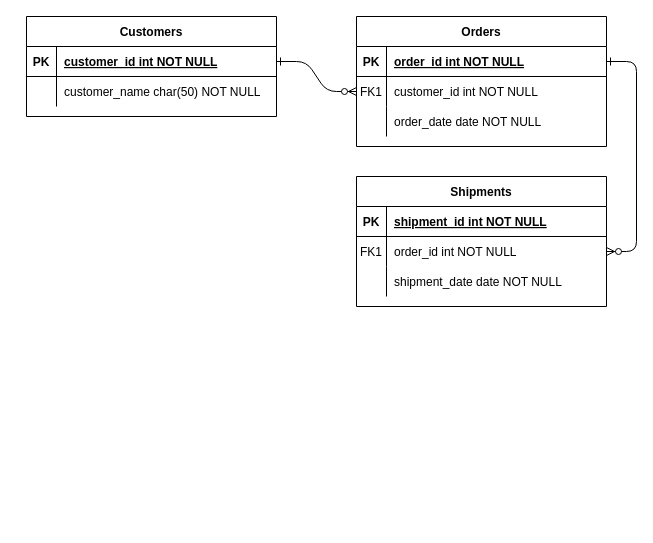
Eneuss/NoteBank keeps this draw.io diagram as NoteBank.drawio. Above is the earlier version. Source tidied: cells renumbered, new cells numbered last; positions are measured from the earlier drawing's top-left corner, leaving out a move shared by most shapes. Both pictures are drawn from the tidied source at 100%, with x=0, y=0 at pixel (26, 16).
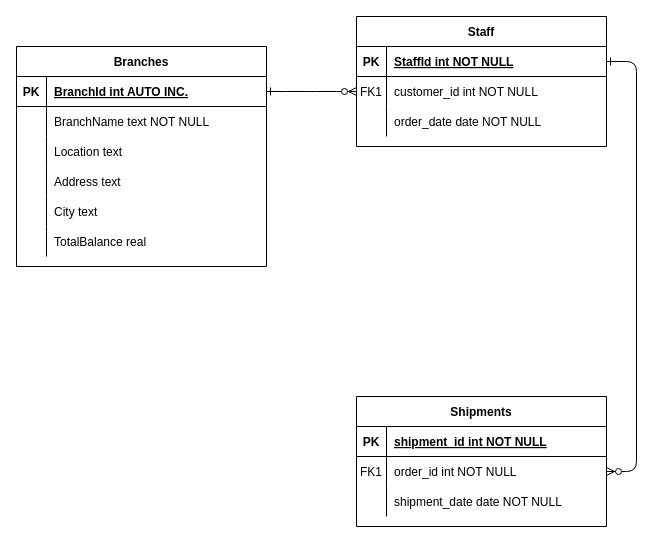
The same page after the edit.

The change refers to these unchanged cells:
```xml
<mxCell id="5" style="shape=partialRectangle;fillColor=none;points=[[0,0.5],[1,0.5]];portConstraint=eastwest;top=0;left=0;right=0;bottom=1;" parent="4" vertex="1">
  <mxGeometry y="30" width="250" height="30" as="geometry" />
</mxCell>
<mxCell id="25" style="shape=partialRectangle;fillColor=none;points=[[0,0.5],[1,0.5]];portConstraint=eastwest;top=0;left=0;right=0;bottom=1;" parent="24" vertex="1">
  <mxGeometry y="30" width="250" height="30" as="geometry" />
</mxCell>
<mxCell id="28" style="shape=partialRectangle;fillColor=none;top=0;left=0;right=0;bottom=0;" parent="24" vertex="1">
  <mxGeometry y="60" width="250" height="30" as="geometry" />
</mxCell>
```

The edit, as a diff of the source:
```diff
@@
-    <mxCell id="4" value="Orders" style="shape=table;startSize=30;childLayout=tableLayout;rowLines=0;fontStyle=1;align=center;" parent="1" vertex="1">
+    <mxCell id="4" value="Staff" style="shape=table;startSize=30;childLayout=tableLayout;rowLines=0;fontStyle=1;align=center;" parent="1" vertex="1">
       <mxGeometry x="330" width="250" height="130" as="geometry" />
     </mxCell>
@@
-    <mxCell id="7" value="order_id int NOT NULL " style="shape=partialRectangle;overflow=hidden;fillColor=none;top=0;left=0;bottom=0;right=0;align=left;spacingLeft=6;fontStyle=5;" parent="5" vertex="1">
+    <mxCell id="7" value="StaffId int NOT NULL " style="shape=partialRectangle;overflow=hidden;fillColor=none;top=0;left=0;bottom=0;right=0;align=left;spacingLeft=6;fontStyle=5;" parent="5" vertex="1">
       <mxGeometry x="30" width="220" height="30" as="geometry" />
     </mxCell>
@@
     <mxCell id="14" value="Shipments" style="shape=table;startSize=30;childLayout=tableLayout;rowLines=0;fontStyle=1;align=center;" parent="1" vertex="1">
-      <mxGeometry x="330" y="160" width="250" height="130" as="geometry" />
+      <mxGeometry x="330" y="380" width="250" height="130" as="geometry" />
     </mxCell>
@@
-    <mxCell id="24" value="Customers" style="shape=table;startSize=30;childLayout=tableLayout;rowLines=0;fontStyle=1;align=center;" parent="1" vertex="1">
-      <mxGeometry width="250" height="100" as="geometry" />
+    <mxCell id="24" value="Branches" style="shape=table;startSize=30;childLayout=tableLayout;rowLines=0;fontStyle=1;align=center;" parent="1" vertex="1">
+      <mxGeometry x="-10" y="30" width="250" height="220" as="geometry" />
     </mxCell>
@@
-    <mxCell id="27" value="customer_id int NOT NULL " style="shape=partialRectangle;overflow=hidden;fillColor=none;top=0;left=0;bottom=0;right=0;align=left;spacingLeft=6;fontStyle=5;" parent="25" vertex="1">
+    <mxCell id="27" value="BranchId int AUTO INC. " style="shape=partialRectangle;overflow=hidden;fillColor=none;top=0;left=0;bottom=0;right=0;align=left;spacingLeft=6;fontStyle=5;" parent="25" vertex="1">
       <mxGeometry x="30" width="220" height="30" as="geometry" />
     </mxCell>
@@
-    <mxCell id="30" value="customer_name char(50) NOT NULL" style="shape=partialRectangle;overflow=hidden;fillColor=none;top=0;left=0;bottom=0;right=0;align=left;spacingLeft=6;" parent="28" vertex="1">
+    <mxCell id="30" value="BranchName text NOT NULL" style="shape=partialRectangle;overflow=hidden;fillColor=none;top=0;left=0;bottom=0;right=0;align=left;spacingLeft=6;" parent="28" vertex="1">
       <mxGeometry x="30" width="220" height="30" as="geometry" />
     </mxCell>
+    <mxCell id="31" style="shape=partialRectangle;fillColor=none;top=0;left=0;right=0;bottom=0;" parent="24" vertex="1">
+      <mxGeometry y="90" width="250" height="30" as="geometry" />
+    </mxCell>
+    <mxCell id="32" style="shape=partialRectangle;overflow=hidden;fillColor=none;top=0;left=0;bottom=0;right=0;" parent="31" vertex="1">
+      <mxGeometry width="30" height="30" as="geometry" />
+    </mxCell>
+    <mxCell id="33" value="Location text" style="shape=partialRectangle;overflow=hidden;fillColor=none;top=0;left=0;bottom=0;right=0;align=left;spacingLeft=6;" parent="31" vertex="1">
+      <mxGeometry x="30" width="220" height="30" as="geometry" />
+    </mxCell>
+    <mxCell id="34" style="shape=partialRectangle;fillColor=none;top=0;left=0;right=0;bottom=0;" parent="24" vertex="1">
+      <mxGeometry y="120" width="250" height="30" as="geometry" />
+    </mxCell>
+    <mxCell id="35" style="shape=partialRectangle;overflow=hidden;fillColor=none;top=0;left=0;bottom=0;right=0;" parent="34" vertex="1">
+      <mxGeometry width="30" height="30" as="geometry" />
+    </mxCell>
+    <mxCell id="36" value="Address text" style="shape=partialRectangle;overflow=hidden;fillColor=none;top=0;left=0;bottom=0;right=0;align=left;spacingLeft=6;" parent="34" vertex="1">
+      <mxGeometry x="30" width="220" height="30" as="geometry" />
+    </mxCell>
+    <mxCell id="37" style="shape=partialRectangle;fillColor=none;top=0;left=0;right=0;bottom=0;" parent="24" vertex="1">
+      <mxGeometry y="150" width="250" height="30" as="geometry" />
+    </mxCell>
+    <mxCell id="38" style="shape=partialRectangle;overflow=hidden;fillColor=none;top=0;left=0;bottom=0;right=0;" parent="37" vertex="1">
+      <mxGeometry width="30" height="30" as="geometry" />
+    </mxCell>
+    <mxCell id="39" value="City text" style="shape=partialRectangle;overflow=hidden;fillColor=none;top=0;left=0;bottom=0;right=0;align=left;spacingLeft=6;" parent="37" vertex="1">
+      <mxGeometry x="30" width="220" height="30" as="geometry" />
+    </mxCell>
+    <mxCell id="40" style="shape=partialRectangle;fillColor=none;top=0;left=0;right=0;bottom=0;" parent="24" vertex="1">
+      <mxGeometry y="180" width="250" height="30" as="geometry" />
+    </mxCell>
+    <mxCell id="41" style="shape=partialRectangle;overflow=hidden;fillColor=none;top=0;left=0;bottom=0;right=0;" parent="40" vertex="1">
+      <mxGeometry width="30" height="30" as="geometry" />
+    </mxCell>
+    <mxCell id="42" value="TotalBalance real" style="shape=partialRectangle;overflow=hidden;fillColor=none;top=0;left=0;bottom=0;right=0;align=left;spacingLeft=6;" parent="40" vertex="1">
+      <mxGeometry x="30" width="220" height="30" as="geometry" />
+    </mxCell>
```
